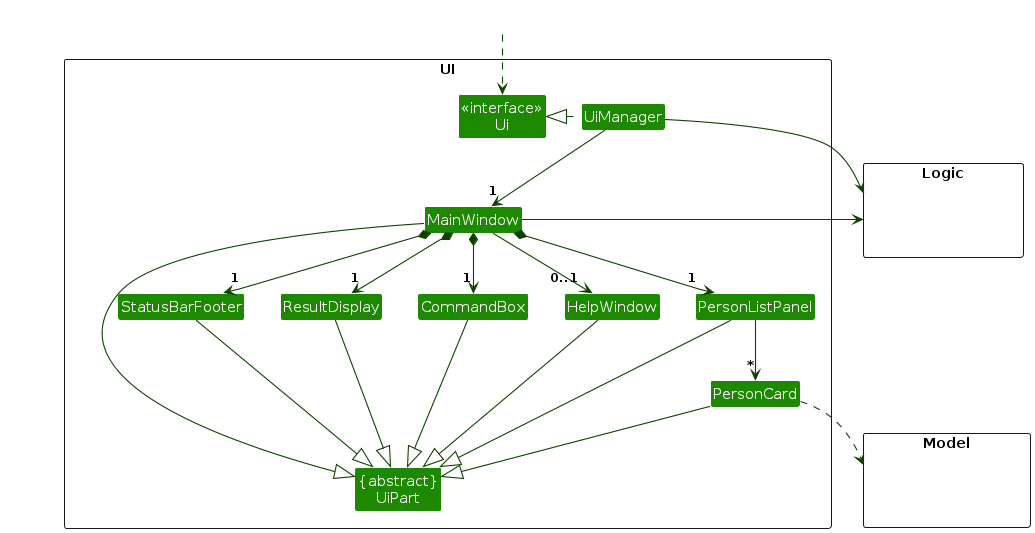
Earlier version of the PlantUML export diagrams/UiClassDiagram.png (AY2627S1-CS2103T-W12-4/tp). Its source is kept beside it as diagrams/UiClassDiagram.puml.
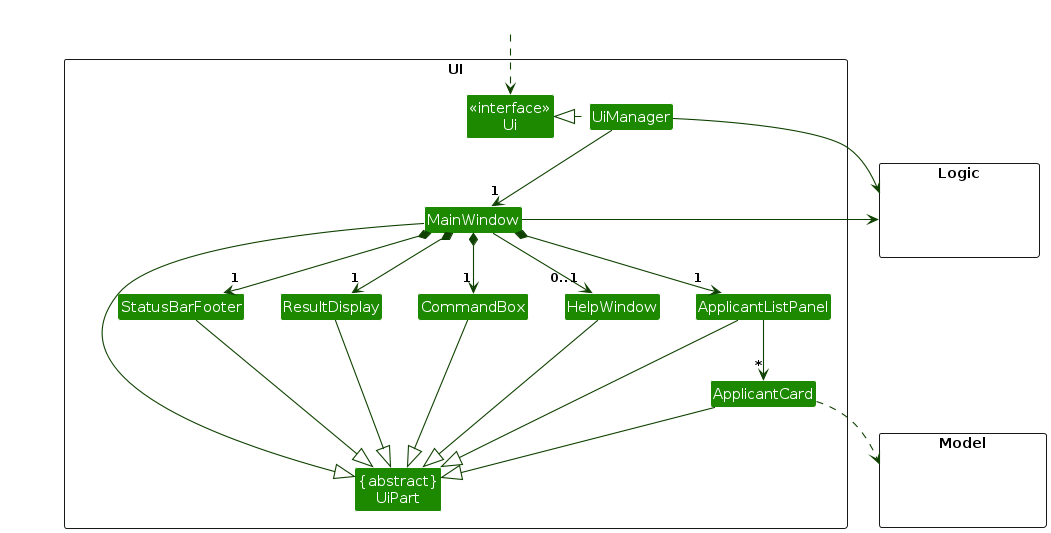
The same diagram one commit later.

The edit, as a diff of the source:
```diff
@@ -11,8 +11,8 @@
 Class MainWindow
 Class HelpWindow
 Class ResultDisplay
-Class PersonListPanel
-Class PersonCard
+Class ApplicantListPanel
+Class ApplicantCard
 Class StatusBarFooter
 Class CommandBox
 }
@@ -32,26 +32,26 @@
 UiManager -down-> "1" MainWindow
 MainWindow *-down->  "1" CommandBox
 MainWindow *-down-> "1" ResultDisplay
-MainWindow *-down-> "1" PersonListPanel
+MainWindow *-down-> "1" ApplicantListPanel
 MainWindow *-down-> "1" StatusBarFooter
 MainWindow --> "0..1" HelpWindow
 
-PersonListPanel -down-> "*" PersonCard
+ApplicantListPanel -down-> "*" ApplicantCard
 
 MainWindow -left-|> UiPart
 
 ResultDisplay --|> UiPart
 CommandBox --|> UiPart
-PersonListPanel --|> UiPart
-PersonCard --|> UiPart
+ApplicantListPanel --|> UiPart
+ApplicantCard --|> UiPart
 StatusBarFooter --|> UiPart
 HelpWindow --|> UiPart
 
-PersonCard ..> Model
+ApplicantCard ..> Model
 UiManager -right-> Logic
 MainWindow -left-> Logic
 
-PersonListPanel -[hidden]left- HelpWindow
+ApplicantListPanel -[hidden]left- HelpWindow
 HelpWindow -[hidden]left- CommandBox
 CommandBox -[hidden]left- ResultDisplay
 ResultDisplay -[hidden]left- StatusBarFooter
```
